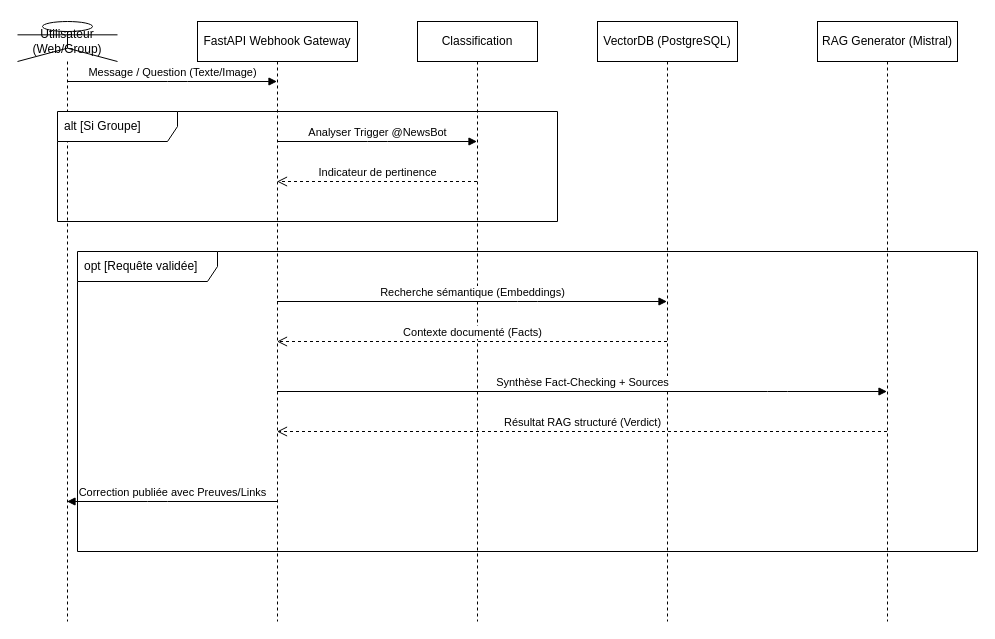
rooneyi/rdc-news-intelligence keeps this draw.io diagram as ai-service/docs/Diagramme_Sequence_Generale.drawio. Above is the earlier version. Source tidied: cells renumbered, new cells numbered last; positions are measured from the earlier drawing's top-left corner, leaving out a move shared by most shapes. Both pictures are drawn from the tidied source at 100%, with x=0, y=0 at pixel (17, 21).
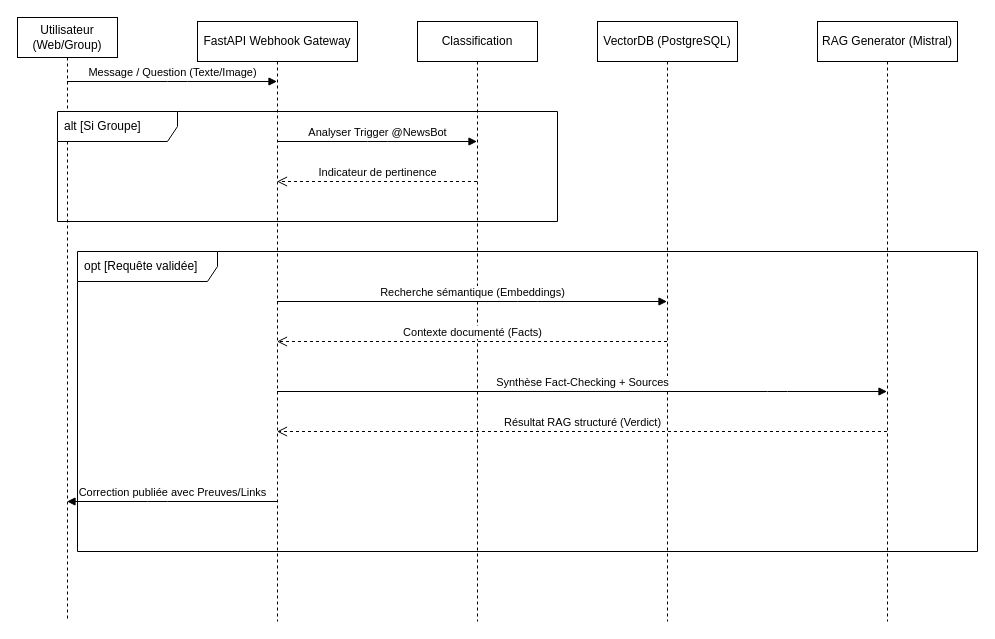
After the change.

Change to the diagram source:
```diff
@@
-    <mxCell id="2" value="Utilisateur (Web/Group)" style="shape=umlLifeline;perimeter=lifelinePerimeter;whiteSpace=wrap;html=1;outlineConnect=0;participant=umlActor;fillColor=#ffffff;strokeColor=#000000;fontColor=#000000;" parent="1" vertex="1">
-      <mxGeometry width="100" height="600" as="geometry" />
+    <mxCell id="2" value="Utilisateur (Web/Group)" style="shape=umlLifeline;perimeter=lifelinePerimeter;whiteSpace=wrap;html=1;outlineConnect=0;fillColor=#ffffff;strokeColor=#000000;fontColor=#000000;" parent="1" vertex="1">
+      <mxGeometry y="-4" width="100" height="604" as="geometry" />
     </mxCell>
```
